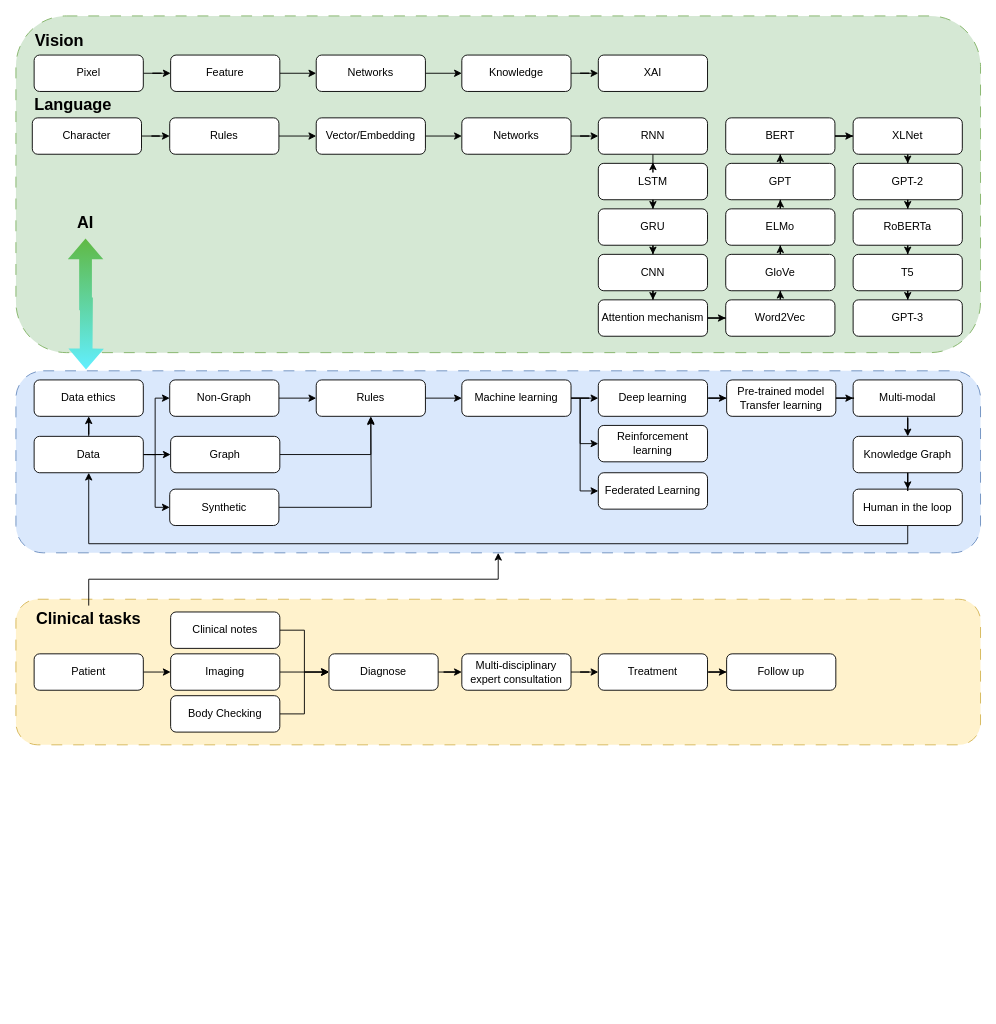
The draw.io diagram page "Career routine" (6 of 8) of Fig_CS/Figure-Factory.drawio in jizhang02/Figure-Factory, before the edit. Source tidied: cells renumbered, new cells numbered last; positions are measured from the earlier drawing's top-left corner, leaving out a move shared by most shapes. Both pictures are drawn from the tidied source at 91%, with x=0, y=0 at pixel (15, 15).
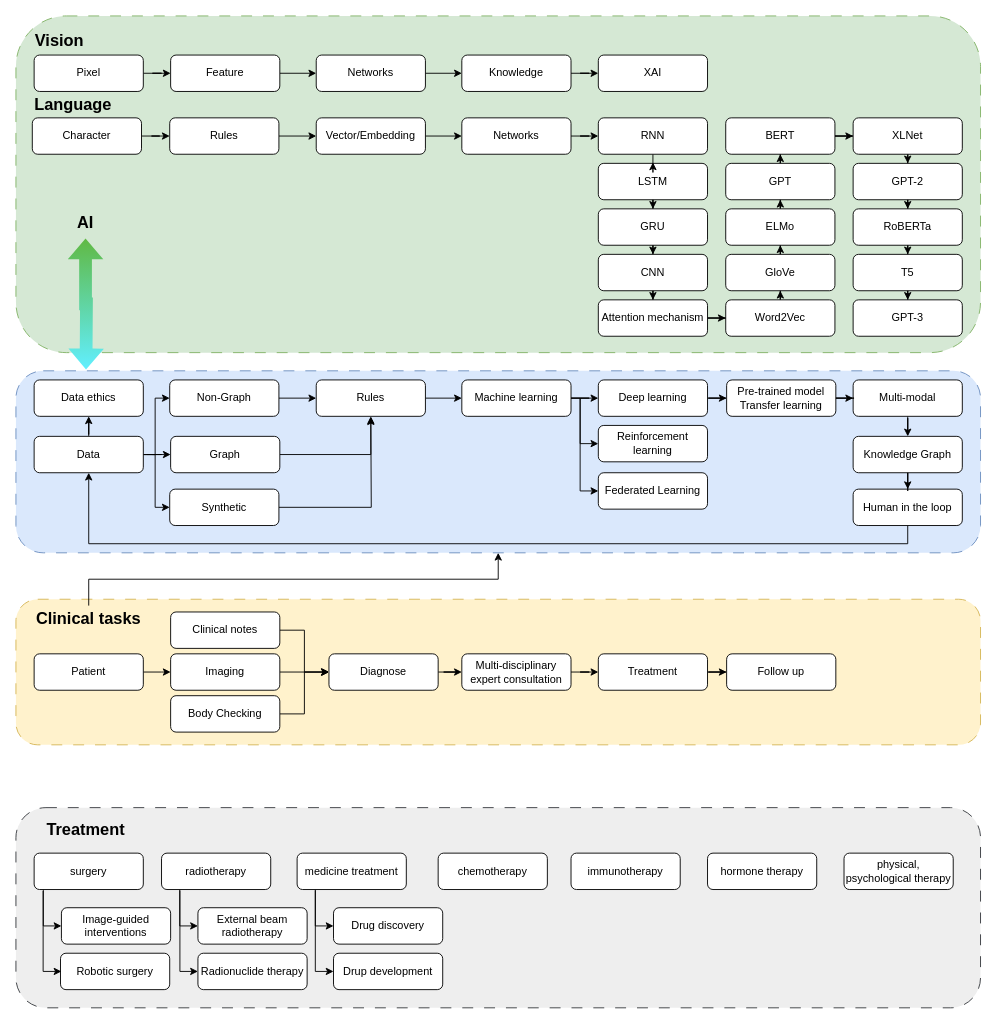
The same diagram, later.

Change to the diagram source:
```diff
@@
+    <mxCell id="103" style="rounded=1;whiteSpace=wrap;html=1;fillColor=#eeeeee;strokeColor=#36393d;dashed=1;dashPattern=12 12;" parent="1" vertex="1">
+      <mxGeometry y="870" width="1060" height="220" as="geometry" />
+    </mxCell>
+    <mxCell id="104" value="&lt;font style=&quot;font-size: 18px;&quot;&gt;&lt;b&gt;Treatment&lt;/b&gt;&lt;/font&gt;" style="text;html=1;strokeColor=none;fillColor=none;align=center;verticalAlign=middle;whiteSpace=wrap;rounded=0;" parent="1" vertex="1">
+      <mxGeometry x="16.5" y="880" width="120" height="30" as="geometry" />
+    </mxCell>
+    <mxCell id="105" style="edgeStyle=orthogonalEdgeStyle;rounded=0;jettySize=auto;html=1;entryX=0;entryY=0.5;entryDx=0;entryDy=0;exitX=0.084;exitY=0.998;exitDx=0;exitDy=0;exitPerimeter=0;" parent="1" edge="1" source="106" target="115">
+      <mxGeometry relative="1" as="geometry">
+        <Array as="points">
+          <mxPoint x="30" y="1000" />
+        </Array>
+      </mxGeometry>
+    </mxCell>
+    <mxCell id="106" value="surgery" style="rounded=1;whiteSpace=wrap;html=1;" parent="1" vertex="1">
+      <mxGeometry x="20" y="920" width="120" height="40" as="geometry" />
+    </mxCell>
+    <mxCell id="107" style="edgeStyle=orthogonalEdgeStyle;rounded=0;jettySize=auto;html=1;entryX=0;entryY=0.5;entryDx=0;entryDy=0;" parent="1" edge="1" source="108" target="118">
+      <mxGeometry relative="1" as="geometry">
+        <Array as="points">
+          <mxPoint x="180" y="1000" />
+        </Array>
+      </mxGeometry>
+    </mxCell>
+    <mxCell id="108" value="radiotherapy" style="rounded=1;whiteSpace=wrap;html=1;" parent="1" vertex="1">
+      <mxGeometry x="160" y="920" width="120" height="40" as="geometry" />
+    </mxCell>
+    <mxCell id="109" value="chemotherapy" style="rounded=1;whiteSpace=wrap;html=1;" parent="1" vertex="1">
+      <mxGeometry x="464" y="920" width="120" height="40" as="geometry" />
+    </mxCell>
+    <mxCell id="110" value="immunotherapy" style="rounded=1;whiteSpace=wrap;html=1;" parent="1" vertex="1">
+      <mxGeometry x="610" y="920" width="120" height="40" as="geometry" />
+    </mxCell>
+    <mxCell id="111" value="hormone therapy" style="rounded=1;whiteSpace=wrap;html=1;" parent="1" vertex="1">
+      <mxGeometry x="760" y="920" width="120" height="40" as="geometry" />
+    </mxCell>
+    <mxCell id="112" style="edgeStyle=orthogonalEdgeStyle;rounded=0;jettySize=auto;html=1;entryX=0;entryY=0.5;entryDx=0;entryDy=0;" parent="1" edge="1" source="113" target="121">
+      <mxGeometry relative="1" as="geometry">
+        <Array as="points">
+          <mxPoint x="329" y="1000" />
+        </Array>
+      </mxGeometry>
+    </mxCell>
+    <mxCell id="113" value="medicine treatment" style="rounded=1;whiteSpace=wrap;html=1;" parent="1" vertex="1">
+      <mxGeometry x="309" y="920" width="120" height="40" as="geometry" />
+    </mxCell>
+    <mxCell id="114" value="physical, psychological therapy" style="rounded=1;whiteSpace=wrap;html=1;" parent="1" vertex="1">
+      <mxGeometry x="910" y="920" width="120" height="40" as="geometry" />
+    </mxCell>
+    <mxCell id="115" value="Image-guided interventions" style="rounded=1;whiteSpace=wrap;html=1;" parent="1" vertex="1">
+      <mxGeometry x="50" y="980" width="120" height="40" as="geometry" />
+    </mxCell>
+    <mxCell id="116" value="Robotic surgery" style="rounded=1;whiteSpace=wrap;html=1;" parent="1" vertex="1">
+      <mxGeometry x="49" y="1030" width="120" height="40" as="geometry" />
+    </mxCell>
+    <mxCell id="117" style="edgeStyle=orthogonalEdgeStyle;rounded=0;orthogonalLoop=1;jettySize=auto;html=1;exitX=0.091;exitY=1.04;exitDx=0;exitDy=0;exitPerimeter=0;" parent="1" edge="1">
+      <mxGeometry relative="1" as="geometry">
+        <mxPoint x="29.9" y="961.6" as="sourcePoint" />
+        <mxPoint x="50" y="1050" as="targetPoint" />
+        <Array as="points">
+          <mxPoint x="30" y="1050" />
+        </Array>
+      </mxGeometry>
+    </mxCell>
+    <mxCell id="118" value="External beam radiotherapy" style="rounded=1;whiteSpace=wrap;html=1;" parent="1" vertex="1">
+      <mxGeometry x="200" y="980" width="120" height="40" as="geometry" />
+    </mxCell>
+    <mxCell id="119" value="Radionuclide therapy" style="rounded=1;whiteSpace=wrap;html=1;" parent="1" vertex="1">
+      <mxGeometry x="200" y="1030" width="120" height="40" as="geometry" />
+    </mxCell>
+    <mxCell id="120" style="edgeStyle=orthogonalEdgeStyle;rounded=0;orthogonalLoop=1;jettySize=auto;html=1;exitX=0.168;exitY=1.027;exitDx=0;exitDy=0;exitPerimeter=0;" parent="1" edge="1">
+      <mxGeometry relative="1" as="geometry">
+        <mxPoint x="180.2" y="961.1" as="sourcePoint" />
+        <mxPoint x="200" y="1050" as="targetPoint" />
+        <Array as="points">
+          <mxPoint x="180" y="1050" />
+        </Array>
+      </mxGeometry>
+    </mxCell>
+    <mxCell id="121" value="Drug discovery" style="rounded=1;whiteSpace=wrap;html=1;" parent="1" vertex="1">
+      <mxGeometry x="349" y="980" width="120" height="40" as="geometry" />
+    </mxCell>
+    <mxCell id="122" value="Drup development" style="rounded=1;whiteSpace=wrap;html=1;" parent="1" vertex="1">
+      <mxGeometry x="349" y="1030" width="120" height="40" as="geometry" />
+    </mxCell>
+    <mxCell id="123" style="edgeStyle=orthogonalEdgeStyle;rounded=0;jettySize=auto;html=1;entryX=0;entryY=0.5;entryDx=0;entryDy=0;" parent="1" edge="1" target="122">
+      <mxGeometry relative="1" as="geometry">
+        <mxPoint x="329" y="961" as="sourcePoint" />
+        <Array as="points">
+          <mxPoint x="329" y="961" />
+          <mxPoint x="329" y="1050" />
+        </Array>
+      </mxGeometry>
+    </mxCell>
```
